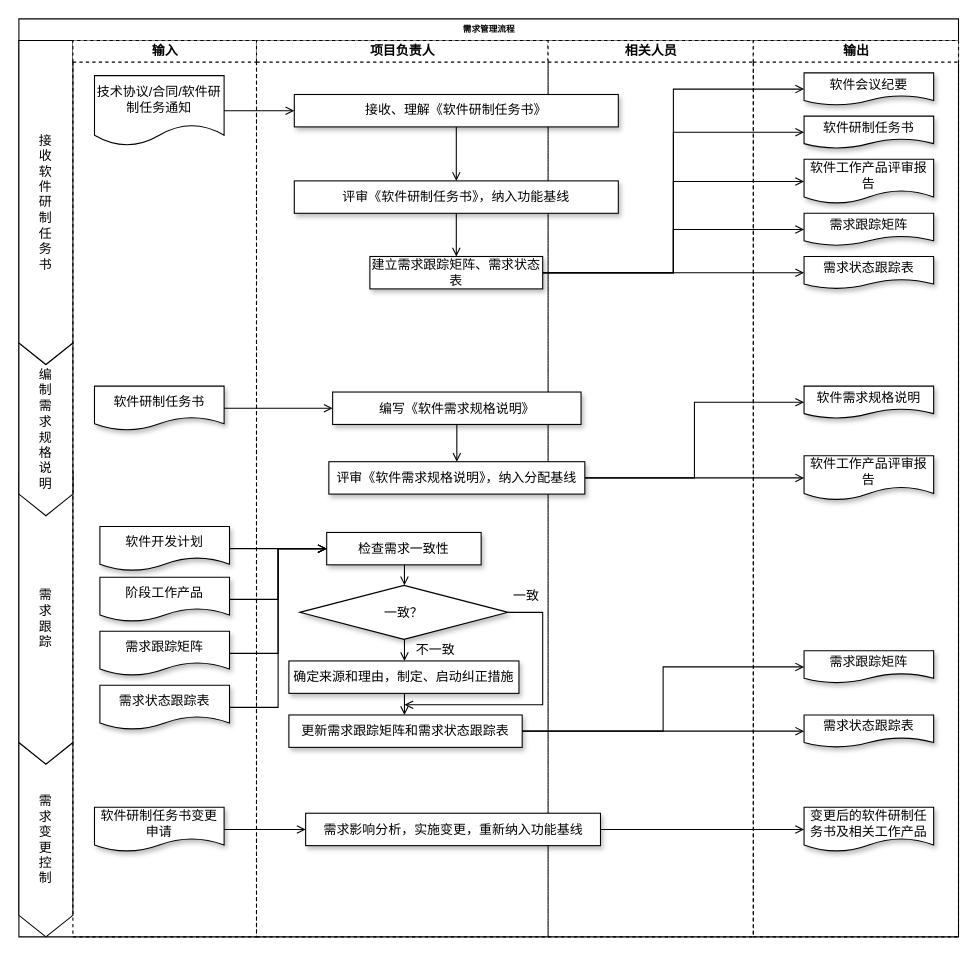
Above: 国军标5000A-文审-软件需求管理过程域.drawio in ColonelDarcy2018/excelsior (draw.io), before the change. Source tidied: cells renumbered, new cells numbered last; positions are measured from the earlier drawing's top-left corner, leaving out a move shared by most shapes. Both pictures are drawn from the tidied source at 108%, with x=0, y=0 at pixel (18, 18).
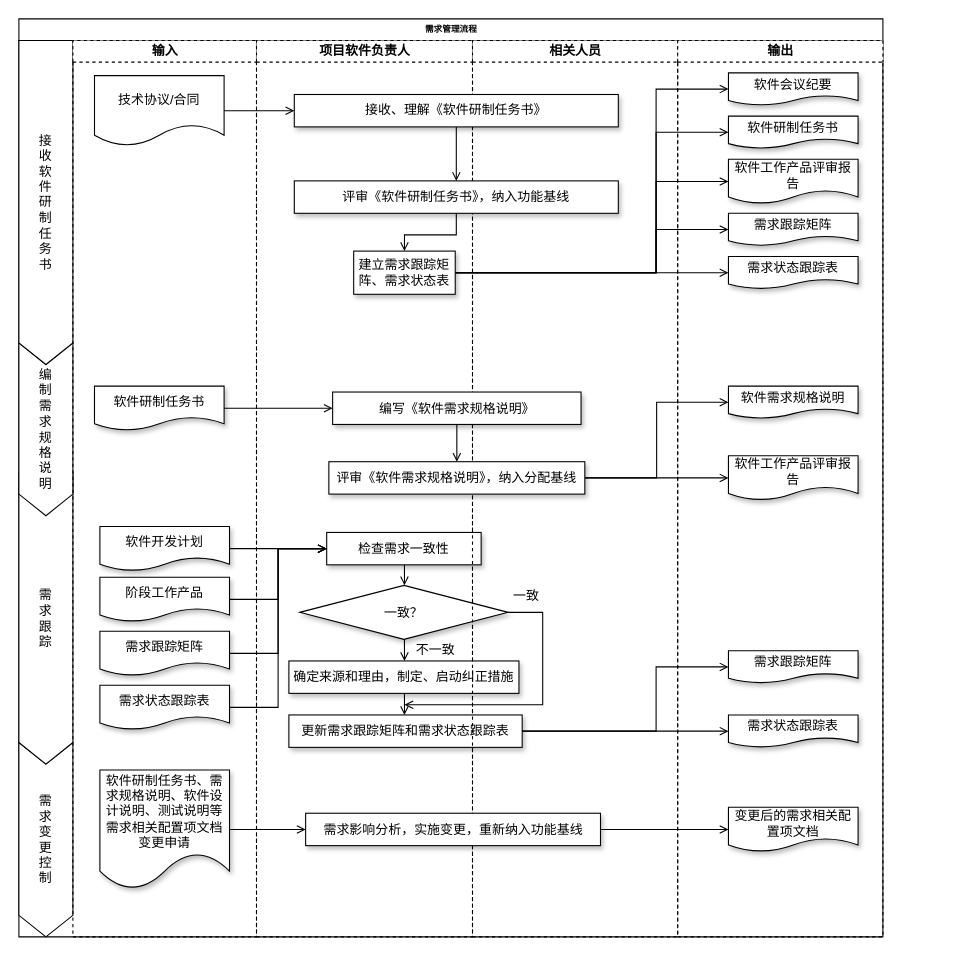
The same page after the edit.

Commit message:
Update 国军标5000A-文审-软件需求管理过程域.drawio

The change refers to these unchanged cells:
```xml
<mxCell id="8" value="输入" style="swimlane;html=1;startSize=20;dashed=1;" parent="2" vertex="1">
  <mxGeometry x="50" y="20" width="170" height="830" as="geometry" />
</mxCell>
<mxCell id="24" value="更新需求跟踪矩阵和需求状态跟踪表" style="rounded=0;whiteSpace=wrap;html=1;shadow=1;fontSize=12;" parent="16" vertex="1">
  <mxGeometry x="30" y="624.5" width="216" height="30" as="geometry" />
</mxCell>
<mxCell id="30" value="软件工作产品评审报告" style="shape=document;whiteSpace=wrap;html=1;boundedLbl=1;shadow=1;fontSize=12;" parent="28" vertex="1">
  <mxGeometry x="47" y="110" width="120" height="41" as="geometry" />
</mxCell>
<mxCell id="33" value="需求跟踪矩阵" style="shape=document;whiteSpace=wrap;html=1;boundedLbl=1;shadow=1;fontSize=12;" parent="28" vertex="1">
  <mxGeometry x="47" y="565" width="120" height="30" as="geometry" />
</mxCell>
<mxCell id="36" value="软件研制任务书" style="shape=document;whiteSpace=wrap;html=1;boundedLbl=1;shadow=1;fontSize=12;" parent="28" vertex="1">
  <mxGeometry x="47" y="70" width="120" height="30" as="geometry" />
</mxCell>
<mxCell id="37" value="软件会议纪要" style="shape=document;whiteSpace=wrap;html=1;boundedLbl=1;shadow=1;fontSize=12;" parent="28" vertex="1">
  <mxGeometry x="47" y="30" width="120" height="30" as="geometry" />
</mxCell>
```

What changed in the source:
```diff
@@
     <mxCell id="2" value="需求管理流程" style="swimlane;html=1;startSize=20;rounded=0;shadow=0;labelBackgroundColor=none;strokeWidth=1;fontFamily=Verdana;fontSize=8;align=center;" parent="1" vertex="1">
-      <mxGeometry width="870" height="850" as="geometry" />
+      <mxGeometry width="800" height="850" as="geometry" />
     </mxCell>
@@
-    <mxCell id="9" value="技术协议/合同/软件研制任务通知" style="shape=document;whiteSpace=wrap;html=1;boundedLbl=1;fontSize=12;" parent="8" vertex="1">
+    <mxCell id="9" value="技术协议/合同" style="shape=document;whiteSpace=wrap;html=1;boundedLbl=1;fontSize=12;" parent="8" vertex="1">
       <mxGeometry x="20" y="32.5" width="120" height="65" as="geometry" />
     </mxCell>
@@
-    <mxCell id="11" value="软件研制任务书变更申请" style="shape=document;whiteSpace=wrap;html=1;boundedLbl=1;shadow=1;fontSize=12;" parent="8" vertex="1">
-      <mxGeometry x="20" y="710" width="120" height="41" as="geometry" />
+    <mxCell id="11" value="软件研制任务书、需求规格说明、软件设计说明、测试说明等需求相关配置项文档变更申请" style="shape=document;whiteSpace=wrap;html=1;boundedLbl=1;shadow=1;fontSize=12;" parent="8" vertex="1">
+      <mxGeometry x="25" y="675.5" width="120" height="110" as="geometry" />
     </mxCell>
@@
-    <mxCell id="16" value="项目负责人" style="swimlane;html=1;startSize=20;dashed=1;" parent="2" vertex="1">
-      <mxGeometry x="220" y="20" width="270" height="830" as="geometry" />
+    <mxCell id="16" value="项目软件负责人" style="swimlane;html=1;startSize=20;dashed=1;" parent="2" vertex="1">
+      <mxGeometry x="220" y="20" width="200" height="830" as="geometry" />
     </mxCell>
@@
     <mxCell id="27" value="相关人员" style="swimlane;html=1;startSize=20;dashed=1;" parent="2" vertex="1">
-      <mxGeometry x="490" y="20" width="190" height="830" as="geometry" />
+      <mxGeometry x="420" y="20" width="190" height="830" as="geometry" />
     </mxCell>
     <mxCell id="28" value="输出" style="swimlane;html=1;startSize=20;dashed=1;" parent="2" vertex="1">
-      <mxGeometry x="680" y="20" width="190" height="830" as="geometry" />
+      <mxGeometry x="610" y="20" width="190" height="830" as="geometry" />
     </mxCell>
@@
-    <mxCell id="32" value="变更后的软件研制任务书及相关工作产品" style="shape=document;whiteSpace=wrap;html=1;boundedLbl=1;shadow=1;fontSize=12;" parent="28" vertex="1">
+    <mxCell id="32" value="变更后的需求相关配置项文档" style="shape=document;whiteSpace=wrap;html=1;boundedLbl=1;shadow=1;fontSize=12;" parent="28" vertex="1">
       <mxGeometry x="47" y="710" width="120" height="41" as="geometry" />
     </mxCell>
@@
     <mxCell id="43" style="edgeStyle=orthogonalEdgeStyle;rounded=0;jettySize=auto;html=1;entryX=0;entryY=0.5;entryDx=0;entryDy=0;endArrow=open;endFill=0;" parent="2" edge="1" source="24" target="33">
-      <mxGeometry relative="1" as="geometry" />
+      <mxGeometry relative="1" as="geometry">
+        <Array as="points">
+          <mxPoint x="590" y="659" />
+          <mxPoint x="590" y="600" />
+        </Array>
+      </mxGeometry>
     </mxCell>
@@
     <mxCell id="45" style="edgeStyle=orthogonalEdgeStyle;rounded=0;jettySize=auto;html=1;entryX=0;entryY=0.5;entryDx=0;entryDy=0;endArrow=open;endFill=0;" parent="1" edge="1" source="49" target="50">
-      <mxGeometry relative="1" as="geometry" />
+      <mxGeometry relative="1" as="geometry">
+        <Array as="points">
+          <mxPoint x="590" y="235" />
+          <mxPoint x="590" y="195" />
+        </Array>
+      </mxGeometry>
     </mxCell>
     <mxCell id="46" style="edgeStyle=orthogonalEdgeStyle;rounded=0;jettySize=auto;html=1;entryX=0;entryY=0.5;entryDx=0;entryDy=0;endArrow=open;endFill=0;" parent="1" edge="1" source="49" target="30">
-      <mxGeometry relative="1" as="geometry" />
+      <mxGeometry relative="1" as="geometry">
+        <Array as="points">
+          <mxPoint x="590" y="235" />
+          <mxPoint x="590" y="151" />
+        </Array>
+      </mxGeometry>
     </mxCell>
     <mxCell id="47" style="edgeStyle=orthogonalEdgeStyle;rounded=0;jettySize=auto;html=1;entryX=0;entryY=0.5;entryDx=0;entryDy=0;endArrow=open;endFill=0;" parent="1" edge="1" source="49" target="36">
-      <mxGeometry relative="1" as="geometry" />
+      <mxGeometry relative="1" as="geometry">
+        <Array as="points">
+          <mxPoint x="590" y="235" />
+          <mxPoint x="590" y="105" />
+        </Array>
+      </mxGeometry>
     </mxCell>
     <mxCell id="48" style="edgeStyle=orthogonalEdgeStyle;rounded=0;jettySize=auto;html=1;entryX=0;entryY=0.5;entryDx=0;entryDy=0;endArrow=open;endFill=0;" parent="1" edge="1" source="49" target="37">
-      <mxGeometry relative="1" as="geometry" />
+      <mxGeometry relative="1" as="geometry">
+        <Array as="points">
+          <mxPoint x="590" y="235" />
+          <mxPoint x="590" y="65" />
+        </Array>
+      </mxGeometry>
     </mxCell>
     <mxCell id="49" value="建立需求跟踪矩阵、需求状态表" style="rounded=0;whiteSpace=wrap;html=1;shadow=1;fontSize=12;" parent="1" vertex="1">
-      <mxGeometry x="325" y="220" width="160" height="30" as="geometry" />
+      <mxGeometry x="310" y="215" width="94" height="40" as="geometry" />
     </mxCell>
     <mxCell id="50" value="需求跟踪矩阵" style="shape=document;whiteSpace=wrap;html=1;boundedLbl=1;shadow=1;fontSize=12;" parent="1" vertex="1">
-      <mxGeometry x="727" y="180" width="120" height="30" as="geometry" />
+      <mxGeometry x="657" y="180" width="120" height="30" as="geometry" />
     </mxCell>
```
